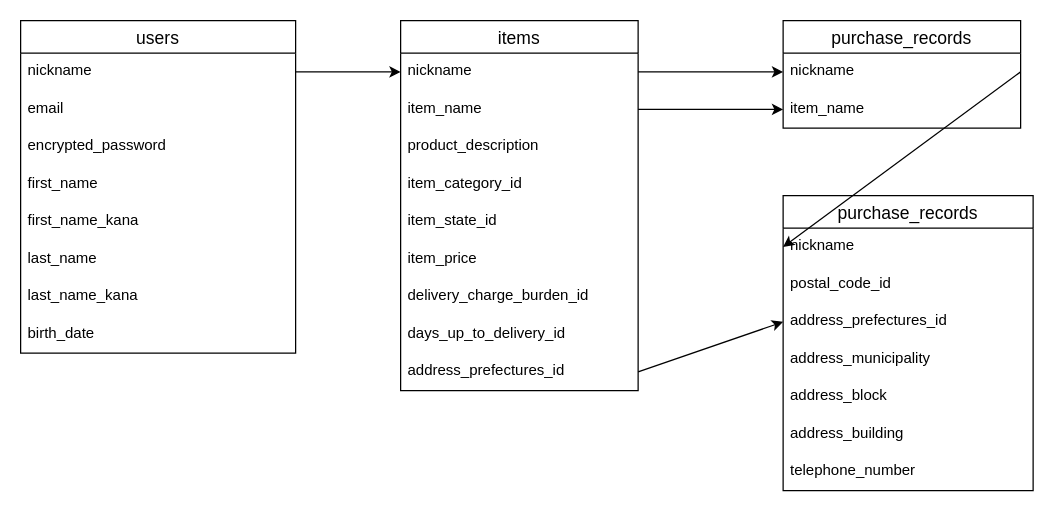
Earlier version of the draw.io diagram test.dio (yuuichihirakawa/furima-38479). Source tidied: cells renumbered, new cells numbered last; positions are measured from the earlier drawing's top-left corner, leaving out a move shared by most shapes. Both pictures are drawn from the tidied source at 125%, with x=0, y=0 at pixel (20, 20).
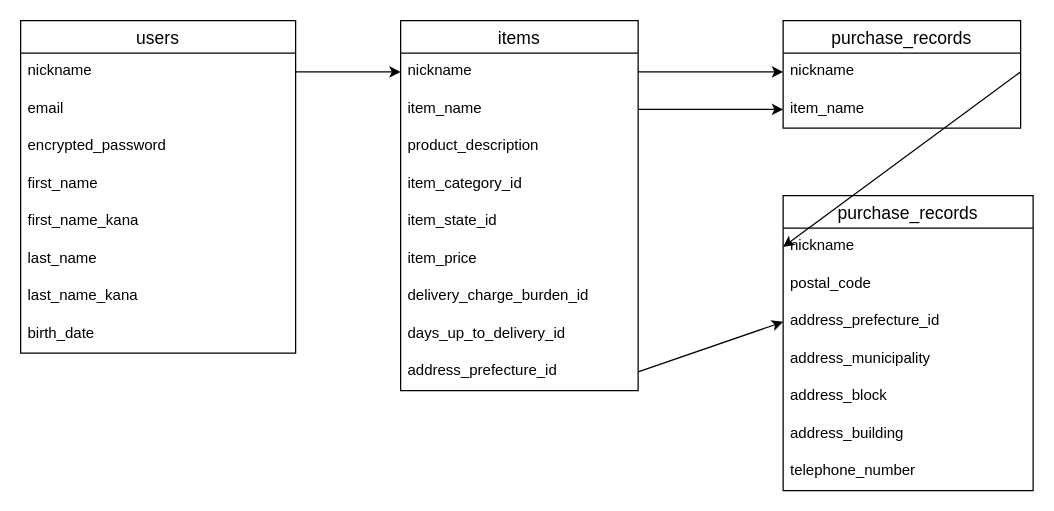
The same page after the edit.

The change refers to these unchanged cells:
```xml
<mxCell id="11" value="items" style="swimlane;fontStyle=0;horizontal=1;startSize=26;align=center;fontSize=14;" parent="1" vertex="1">
  <mxGeometry x="304" width="190" height="296" as="geometry" />
</mxCell>
<mxCell id="21" value="purchase_records" style="swimlane;fontStyle=0;horizontal=1;startSize=26;align=center;fontSize=14;" parent="1" vertex="1">
  <mxGeometry x="610" y="140" width="200" height="236" as="geometry" />
</mxCell>
```

The edit, as a diff of the source:
```diff
@@
-    <mxCell id="20" value="address_prefectures_id" style="text;strokeColor=none;fillColor=none;spacingLeft=4;spacingRight=4;overflow=hidden;points=[[0,0.5],[1,0.5]];portConstraint=eastwest;fontSize=12;" parent="11" vertex="1">
+    <mxCell id="20" value="address_prefecture_id" style="text;strokeColor=none;fillColor=none;spacingLeft=4;spacingRight=4;overflow=hidden;points=[[0,0.5],[1,0.5]];portConstraint=eastwest;fontSize=12;" parent="11" vertex="1">
       <mxGeometry y="266" width="190" height="30" as="geometry" />
     </mxCell>
@@
-    <mxCell id="23" value="postal_code_id" style="text;strokeColor=none;fillColor=none;spacingLeft=4;spacingRight=4;overflow=hidden;fontSize=12;" parent="21" vertex="1">
+    <mxCell id="23" value="postal_code" style="text;strokeColor=none;fillColor=none;spacingLeft=4;spacingRight=4;overflow=hidden;fontSize=12;" parent="21" vertex="1">
       <mxGeometry y="56" width="200" height="30" as="geometry" />
     </mxCell>
-    <mxCell id="24" value="address_prefectures_id" style="text;strokeColor=none;fillColor=none;spacingLeft=4;spacingRight=4;overflow=hidden;points=[[0,0.5],[1,0.5]];portConstraint=eastwest;fontSize=12;" parent="21" vertex="1">
+    <mxCell id="24" value="address_prefecture_id" style="text;strokeColor=none;fillColor=none;spacingLeft=4;spacingRight=4;overflow=hidden;points=[[0,0.5],[1,0.5]];portConstraint=eastwest;fontSize=12;" parent="21" vertex="1">
       <mxGeometry y="86" width="200" height="30" as="geometry" />
     </mxCell>
```
